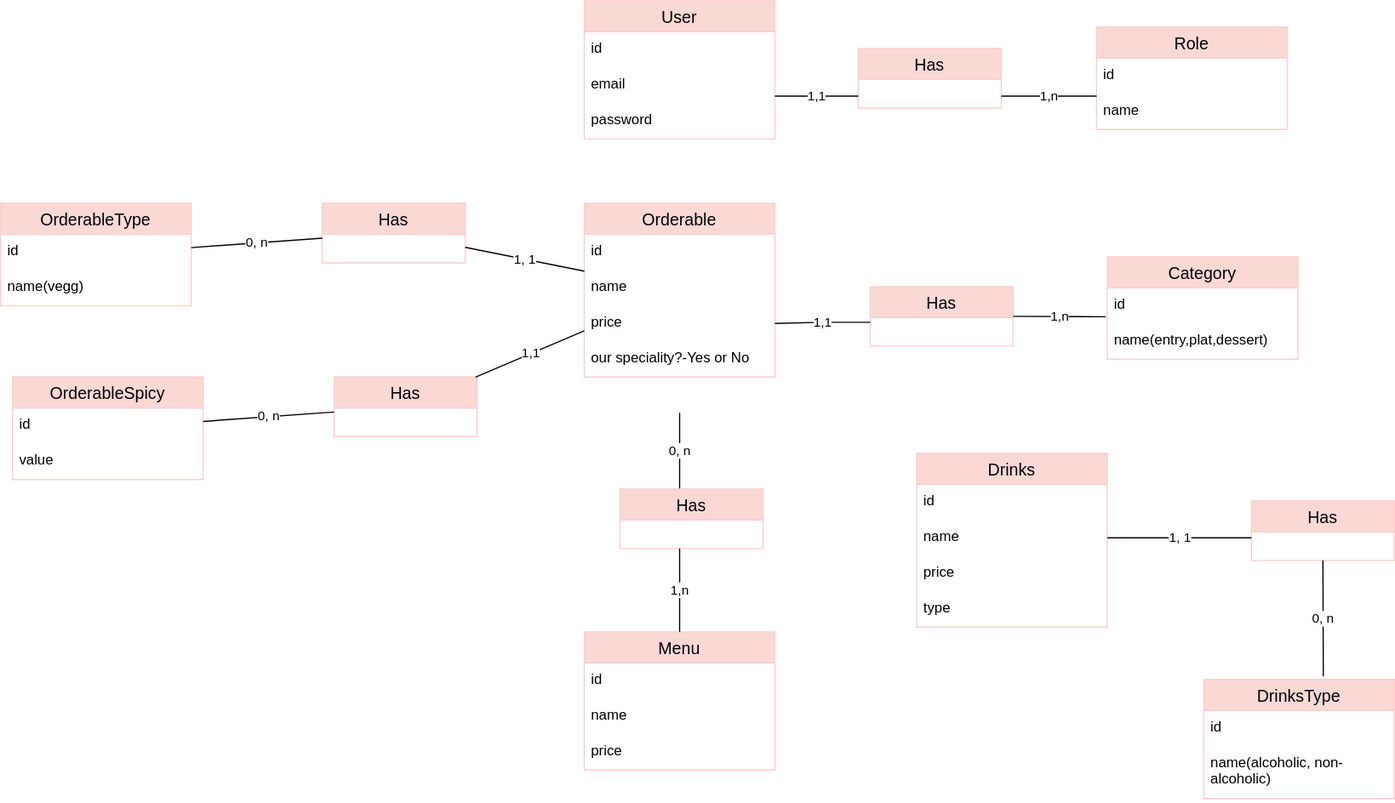
Before: code/merise/MCD.drawio.svg, a diagram exported from draw.io (prativa-k/Le-chemin-d-himalaya). Source tidied: cells renumbered, new cells last; positions are measured from the earlier drawing's top-left corner, leaving out a move shared by most shapes.
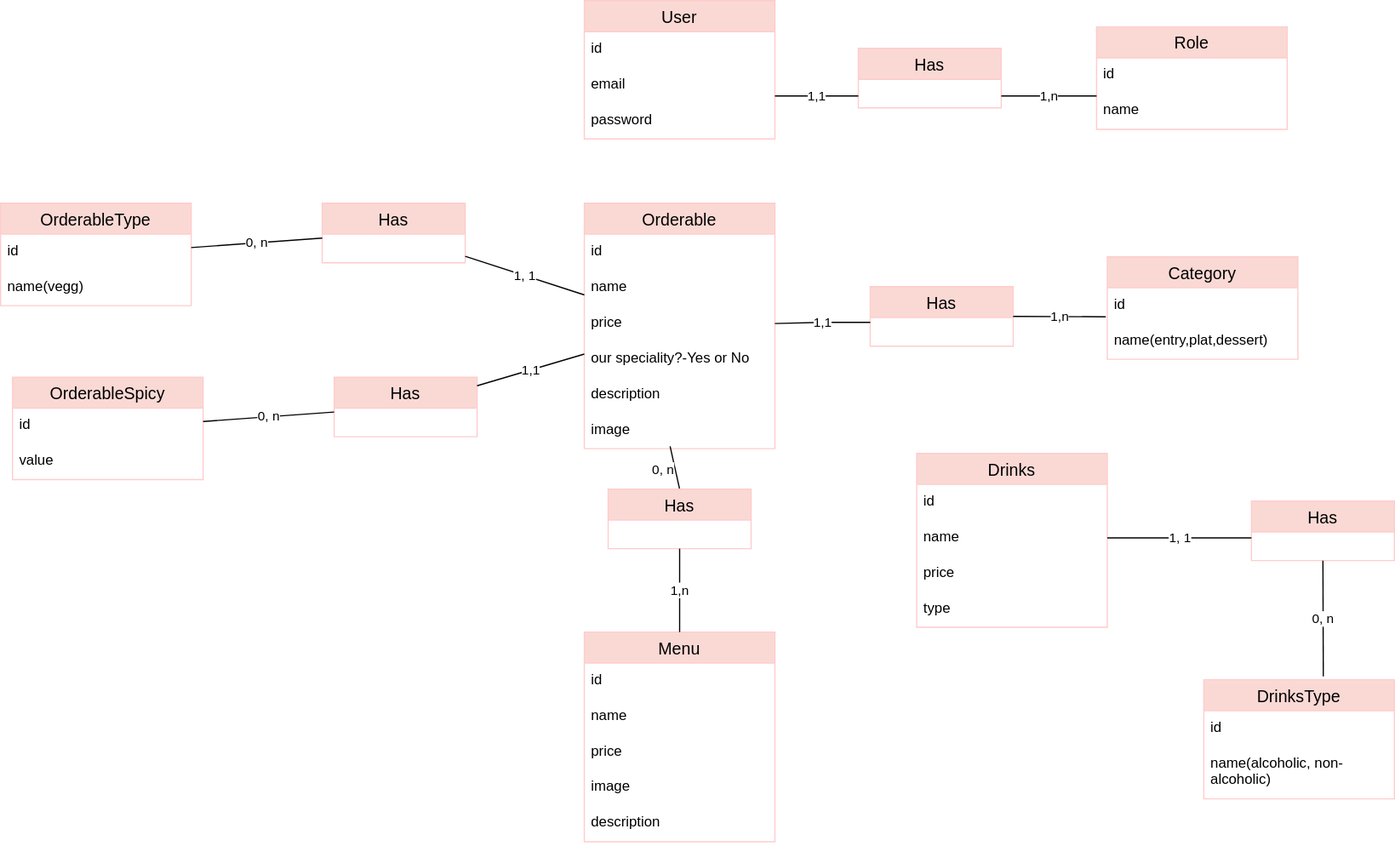
The same file after the commit.

Diff of the diagram source:
```diff
@@ -38,7 +38,7 @@
       </mxGeometry>
     </mxCell>
     <mxCell id="12" value="Orderable" style="swimlane;fontStyle=0;horizontal=1;startSize=26;align=center;fontSize=14;fillColor=#fad9d5;strokeColor=#FFCCCC;" parent="1" vertex="1">
-      <mxGeometry x="490" y="170" width="160" height="146" as="geometry" />
+      <mxGeometry x="490" y="170" width="160" height="206" as="geometry" />
     </mxCell>
     <mxCell id="13" value="id" style="text;strokeColor=none;fillColor=none;spacingLeft=4;spacingRight=4;overflow=hidden;fontSize=12;whiteSpace=wrap;html=1;" parent="12" vertex="1">
       <mxGeometry y="26" width="160" height="30" as="geometry" />
@@ -52,6 +52,12 @@
     <mxCell id="16" value="our speciality?-Yes or No" style="text;strokeColor=none;fillColor=none;spacingLeft=4;spacingRight=4;overflow=hidden;fontSize=12;whiteSpace=wrap;html=1;labelBackgroundColor=none;" parent="12" vertex="1">
       <mxGeometry y="116" width="160" height="30" as="geometry" />
     </mxCell>
+    <mxCell id="53" value="description" style="text;strokeColor=none;fillColor=none;spacingLeft=4;spacingRight=4;overflow=hidden;fontSize=12;whiteSpace=wrap;html=1;labelBackgroundColor=none;" parent="12" vertex="1">
+      <mxGeometry y="146" width="160" height="30" as="geometry" />
+    </mxCell>
+    <mxCell id="54" value="image" style="text;strokeColor=none;fillColor=none;spacingLeft=4;spacingRight=4;overflow=hidden;points=[[0,0.5],[1,0.5]];portConstraint=eastwest;fontSize=12;whiteSpace=wrap;html=1;labelBackgroundColor=none;" parent="12" vertex="1">
+      <mxGeometry y="176" width="160" height="30" as="geometry" />
+    </mxCell>
     <mxCell id="17" value="Category" style="swimlane;fontStyle=0;horizontal=1;startSize=26;align=center;fontSize=14;fillColor=#fad9d5;strokeColor=#FFCCCC;" parent="1" vertex="1">
       <mxGeometry x="929" y="215" width="160" height="86" as="geometry" />
     </mxCell>
@@ -76,7 +82,7 @@
       <mxGeometry relative="1" as="geometry" />
     </mxCell>
     <mxCell id="23" value="Menu" style="swimlane;fontStyle=0;horizontal=1;startSize=26;align=center;fontSize=14;fillColor=#fad9d5;strokeColor=#FFCCCC;" parent="1" vertex="1">
-      <mxGeometry x="490" y="530" width="160" height="116" as="geometry" />
+      <mxGeometry x="490" y="530" width="160" height="176" as="geometry" />
     </mxCell>
     <mxCell id="24" value="id" style="text;strokeColor=none;fillColor=none;spacingLeft=4;spacingRight=4;overflow=hidden;fontSize=12;whiteSpace=wrap;html=1;" parent="23" vertex="1">
       <mxGeometry y="26" width="160" height="30" as="geometry" />
@@ -87,6 +93,12 @@
     <mxCell id="26" value="price" style="text;strokeColor=none;fillColor=none;spacingLeft=4;spacingRight=4;overflow=hidden;fontSize=12;whiteSpace=wrap;html=1;labelBackgroundColor=none;" parent="23" vertex="1">
       <mxGeometry y="86" width="160" height="30" as="geometry" />
     </mxCell>
+    <mxCell id="55" value="image" style="text;strokeColor=none;fillColor=none;spacingLeft=4;spacingRight=4;overflow=hidden;fontSize=12;whiteSpace=wrap;html=1;labelBackgroundColor=none;" parent="23" vertex="1">
+      <mxGeometry y="116" width="160" height="30" as="geometry" />
+    </mxCell>
+    <mxCell id="56" value="description" style="text;strokeColor=none;fillColor=none;spacingLeft=4;spacingRight=4;overflow=hidden;fontSize=12;whiteSpace=wrap;html=1;labelBackgroundColor=none;" parent="23" vertex="1">
+      <mxGeometry y="146" width="160" height="30" as="geometry" />
+    </mxCell>
     <mxCell id="27" value="Drinks" style="swimlane;fontStyle=0;horizontal=1;startSize=26;align=center;fontSize=14;fillColor=#fad9d5;strokeColor=#FFCCCC;" parent="1" vertex="1">
       <mxGeometry x="769" y="380" width="160" height="146" as="geometry" />
     </mxCell>
@@ -114,9 +126,8 @@
     <mxCell id="35" value="Has" style="swimlane;fontStyle=0;horizontal=1;startSize=26;align=center;fontSize=14;fillColor=#fad9d5;strokeColor=#FFCCCC;" parent="1" vertex="1">
       <mxGeometry x="1050" y="420" width="120" height="50" as="geometry" />
     </mxCell>
-    <mxCell id="36" value="0, n" style="endArrow=none;html=1;rounded=0;" parent="1" edge="1">
-      <mxGeometry relative="1" as="geometry">
-        <mxPoint x="570" y="346" as="sourcePoint" />
+    <mxCell id="36" value="0, n" style="endArrow=none;html=1;rounded=0;exitX=0.45;exitY=0.933;exitDx=0;exitDy=0;exitPerimeter=0;" parent="1" edge="1" source="54">
+      <mxGeometry y="-10" relative="1" as="geometry">
         <mxPoint x="570" y="410" as="targetPoint" />
       </mxGeometry>
     </mxCell>
@@ -129,7 +140,7 @@
       <mxGeometry relative="1" as="geometry" />
     </mxCell>
     <mxCell id="39" value="Has" style="swimlane;fontStyle=0;horizontal=1;startSize=26;align=center;fontSize=14;fillColor=#fad9d5;strokeColor=#FFCCCC;" parent="1" vertex="1">
-      <mxGeometry x="520" y="410" width="120" height="50" as="geometry" />
+      <mxGeometry x="510" y="410" width="120" height="50" as="geometry" />
     </mxCell>
     <mxCell id="40" value="1,n" style="endArrow=none;html=1;rounded=0;exitX=0.5;exitY=0;exitDx=0;exitDy=0;" parent="1" edge="1" source="23">
       <mxGeometry relative="1" as="geometry">
```
